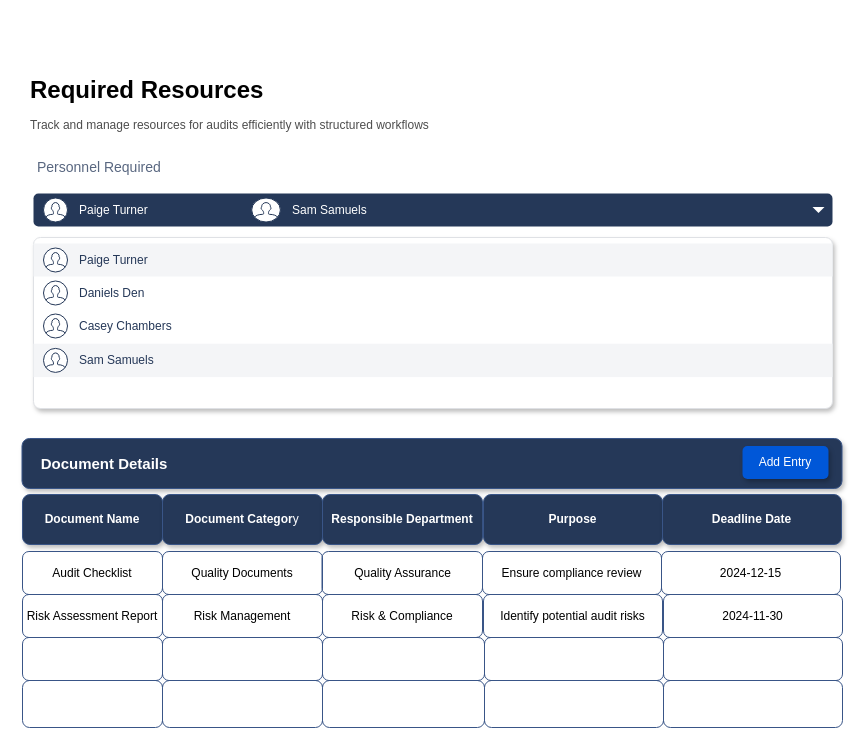
This is page "Require Resources" (4 of 8) of Audit Screeen.drawio from AvikM1996/draw.io, a draw.io file, before an edit. Source tidied: cells renumbered, new cells numbered last; positions are measured from the earlier drawing's top-left corner, leaving out a move shared by most shapes. Both pictures are drawn from the tidied source at 100%, with x=0, y=0 at pixel (22, 67).
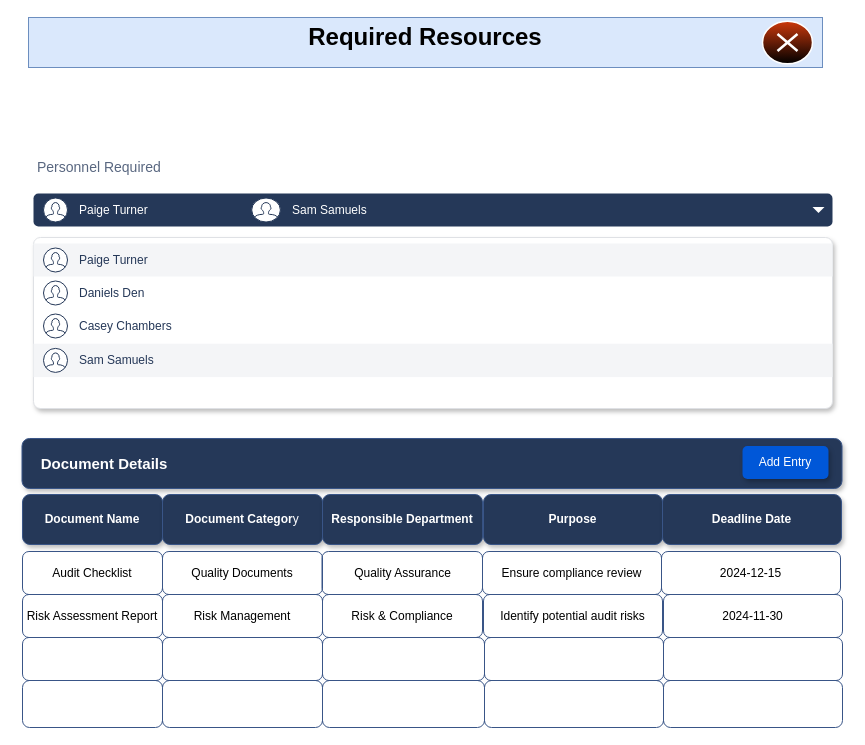
The same diagram, later.

What changed in the source:
```diff
@@
-    <mxCell id="3" value="&lt;h1 style=&quot;margin-top: 0px; line-height: 110%;&quot;&gt;Required Resources&lt;/h1&gt;&lt;p style=&quot;line-height: 110%;&quot;&gt;&lt;font color=&quot;#4d4d4d&quot;&gt;Track and manage resources for audits efficiently with structured workflows&lt;/font&gt;&lt;/p&gt;" style="text;html=1;whiteSpace=wrap;overflow=hidden;rounded=0;" parent="1" vertex="1">
-      <mxGeometry x="6" y="3" width="678" height="80" as="geometry" />
-    </mxCell>
@@
+    <mxCell id="46" value="&lt;h1 style=&quot;margin-top: 0px; line-height: 110%;&quot;&gt;Required Resources&lt;/h1&gt;&lt;p style=&quot;line-height: 110%;&quot;&gt;&lt;br&gt;&lt;/p&gt;" style="text;html=1;whiteSpace=wrap;overflow=hidden;rounded=0;align=center;fillColor=#dae8fc;strokeColor=#6c8ebf;" parent="1" vertex="1">
+      <mxGeometry x="6" y="-50" width="794" height="50" as="geometry" />
+    </mxCell>
+    <mxCell id="47" style="verticalLabelPosition=bottom;verticalAlign=top;html=1;shadow=0;dashed=0;strokeWidth=1;shape=mxgraph.ios.iDeleteApp;fillColor=#CC390C;fillColor2=#000000;strokeColor=#ffffff;sketch=0;" parent="1" vertex="1">
+      <mxGeometry x="740" y="-46.2" width="50" height="42.5" as="geometry" />
+    </mxCell>
```
